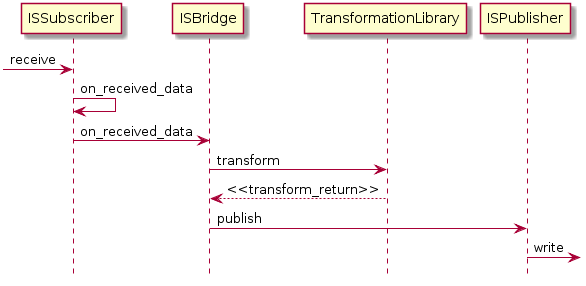
eProsima/Integration-Service-Deprecated keeps this PlantUML diagram as docs/flow.png. Above is the earlier version.
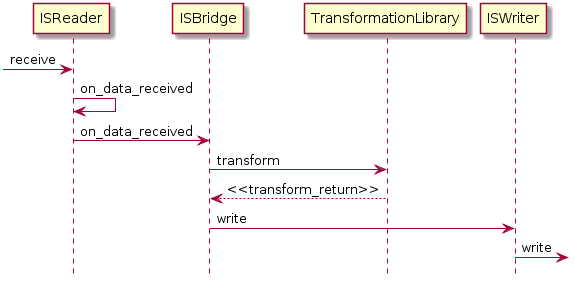
Above is the later version.

Change to the diagram source:
```diff
@@ -1,18 +1,18 @@
 @startuml
 hide footbox
 
-participant ISSubscriber
+participant ISReader
 participant ISBridge
 participant TransformationLibrary
-participant ISPublisher
+participant ISWriter
 
-[-> ISSubscriber : receive
+[-> ISReader : receive
 
-ISSubscriber -> ISSubscriber : on_received_data
-ISSubscriber -> ISBridge : on_received_data
+ISReader -> ISReader : on_data_received
+ISReader -> ISBridge : on_data_received
 ISBridge -> TransformationLibrary : transform
 TransformationLibrary --> ISBridge : <<transform_return>>
-ISBridge -> ISPublisher : publish
+ISBridge -> ISWriter : write
 
-ISPublisher ->] : write
+ISWriter ->] : write
 @enduml
```
